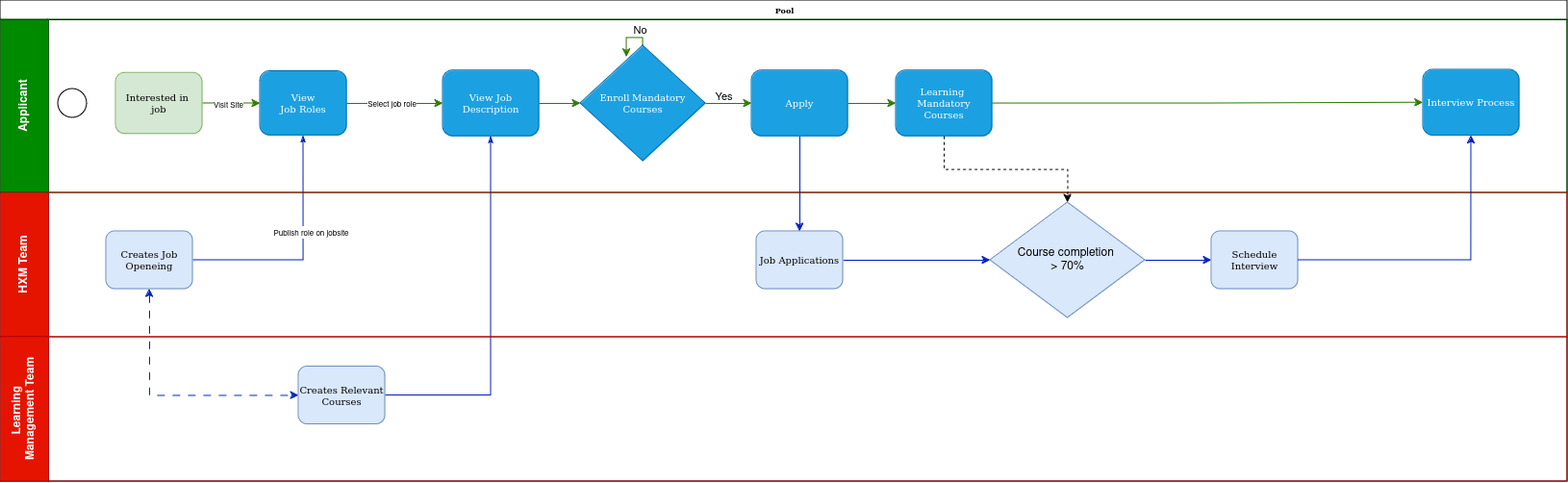
Before: BPMN/Untitled Diagram.drawio.png, a diagram exported from draw.io (Meharaj-thoufik/Quality-Candidate-Recruit). Source tidied: cells renumbered, new cells last; positions are measured from the earlier drawing's top-left corner, leaving out a move shared by most shapes.
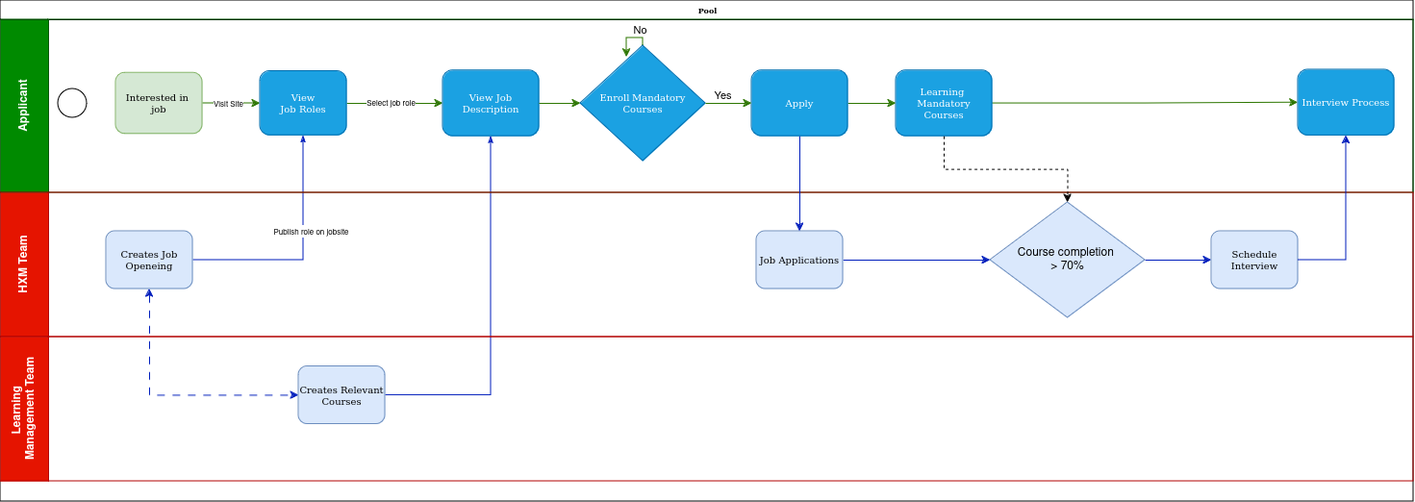
Above is the later version.

Change to the diagram source:
```diff
@@ -3,7 +3,7 @@
     <mxCell id="0" />
     <mxCell id="1" parent="0" />
     <mxCell id="2" value="Pool" style="swimlane;html=1;horizontal=1;startSize=20;rounded=0;shadow=0;labelBackgroundColor=none;strokeWidth=1;fontFamily=Verdana;fontSize=8;align=center;" parent="1" vertex="1">
-      <mxGeometry width="1629" height="500" as="geometry" />
+      <mxGeometry width="1469" height="521" as="geometry" />
     </mxCell>
     <mxCell id="3" style="edgeStyle=orthogonalEdgeStyle;rounded=0;html=1;labelBackgroundColor=none;startArrow=none;startFill=0;startSize=5;endArrow=classicThin;endFill=1;endSize=5;jettySize=auto;strokeWidth=1;fontFamily=Verdana;fontSize=8;entryX=0.5;entryY=1;entryDx=0;entryDy=0;fillColor=#0050ef;strokeColor=#001DBC;" parent="2" edge="1" source="34" target="15">
       <mxGeometry relative="1" as="geometry" />
@@ -20,7 +20,7 @@
       </mxGeometry>
     </mxCell>
     <mxCell id="7" value="Applicant" style="swimlane;html=1;startSize=50;horizontal=0;fillColor=#008a00;fontColor=#ffffff;strokeColor=#005700;" parent="2" vertex="1">
-      <mxGeometry y="20" width="1629" height="180" as="geometry" />
+      <mxGeometry y="20" width="1469" height="180" as="geometry" />
     </mxCell>
     <mxCell id="8" style="ellipse;whiteSpace=wrap;html=1;rounded=0;shadow=0;labelBackgroundColor=none;strokeWidth=1;fontFamily=Verdana;fontSize=8;align=center;" parent="7" vertex="1">
       <mxGeometry x="60" y="72" width="30" height="30" as="geometry" />
@@ -83,10 +83,10 @@
       </mxGeometry>
     </mxCell>
     <mxCell id="25" value="&lt;font style=&quot;font-size: 10px;&quot;&gt;Interview Process&lt;/font&gt;" style="rounded=1;whiteSpace=wrap;html=1;shadow=0;labelBackgroundColor=none;strokeWidth=1;fontFamily=Verdana;fontSize=8;align=center;fillColor=#1ba1e2;fontColor=#ffffff;strokeColor=#006EAF;" parent="7" vertex="1">
-      <mxGeometry x="1479" y="52" width="100" height="68.4" as="geometry" />
+      <mxGeometry x="1349" y="52" width="100" height="68.4" as="geometry" />
     </mxCell>
     <mxCell id="26" value="HXM Team" style="swimlane;html=1;startSize=50;horizontal=0;fillColor=#e51400;fontColor=#ffffff;strokeColor=#B20000;" parent="2" vertex="1">
-      <mxGeometry y="200" width="1629" height="150" as="geometry" />
+      <mxGeometry y="200" width="1469" height="150" as="geometry" />
     </mxCell>
     <mxCell id="27" value="&lt;font size=&quot;1&quot;&gt;&lt;span&gt;Creates Job Openeing &lt;/span&gt;&lt;/font&gt;" style="rounded=1;whiteSpace=wrap;html=1;shadow=0;labelBackgroundColor=none;strokeWidth=1;fontFamily=Verdana;fontSize=8;align=center;fillColor=#dae8fc;strokeColor=#6c8ebf;" parent="26" vertex="1">
       <mxGeometry x="110" y="40" width="90" height="60" as="geometry" />
@@ -107,7 +107,7 @@
       <mxGeometry x="1259" y="40" width="90" height="60" as="geometry" />
     </mxCell>
     <mxCell id="33" value="&lt;div&gt;Learning&amp;nbsp;&lt;/div&gt;&lt;div&gt;Management Team&lt;br&gt;&lt;/div&gt;" style="swimlane;html=1;startSize=50;horizontal=0;fillColor=#e51400;fontColor=#ffffff;strokeColor=#B20000;" parent="2" vertex="1">
-      <mxGeometry y="350" width="1629" height="150" as="geometry" />
+      <mxGeometry y="350" width="1469" height="150" as="geometry" />
     </mxCell>
     <mxCell id="34" value="&lt;div&gt;&lt;font size=&quot;1&quot;&gt;&lt;span&gt;Creates Relevant&lt;/span&gt;&lt;/font&gt;&lt;/div&gt;&lt;div&gt;&lt;font size=&quot;1&quot;&gt;&lt;span&gt;Courses &lt;/span&gt;&lt;/font&gt;&lt;/div&gt;" style="rounded=1;whiteSpace=wrap;html=1;shadow=0;labelBackgroundColor=none;strokeWidth=1;fontFamily=Verdana;fontSize=8;align=center;fillColor=#dae8fc;strokeColor=#6c8ebf;" parent="33" vertex="1">
       <mxGeometry x="310" y="30.5" width="90" height="60" as="geometry" />
@@ -118,7 +118,7 @@
     <mxCell id="36" style="edgeStyle=orthogonalEdgeStyle;rounded=0;jettySize=auto;html=1;entryX=0.5;entryY=0;entryDx=0;entryDy=0;exitX=0.5;exitY=1;exitDx=0;exitDy=0;dashed=1;" parent="2" edge="1" source="20" target="31">
       <mxGeometry relative="1" as="geometry" />
     </mxCell>
-    <mxCell id="37" style="edgeStyle=orthogonalEdgeStyle;rounded=0;jettySize=auto;html=1;entryX=0.5;entryY=1;entryDx=0;entryDy=0;fillColor=#0050ef;strokeColor=#001DBC;" parent="2" edge="1" source="32" target="25">
+    <mxCell id="37" style="edgeStyle=orthogonalEdgeStyle;rounded=0;jettySize=auto;html=1;entryX=0.5;entryY=1;entryDx=0;entryDy=0;fillColor=#0050ef;strokeColor=#001DBC;exitX=1;exitY=0.5;exitDx=0;exitDy=0;" parent="2" edge="1" source="32" target="25">
       <mxGeometry relative="1" as="geometry" />
     </mxCell>
   </root>
```
